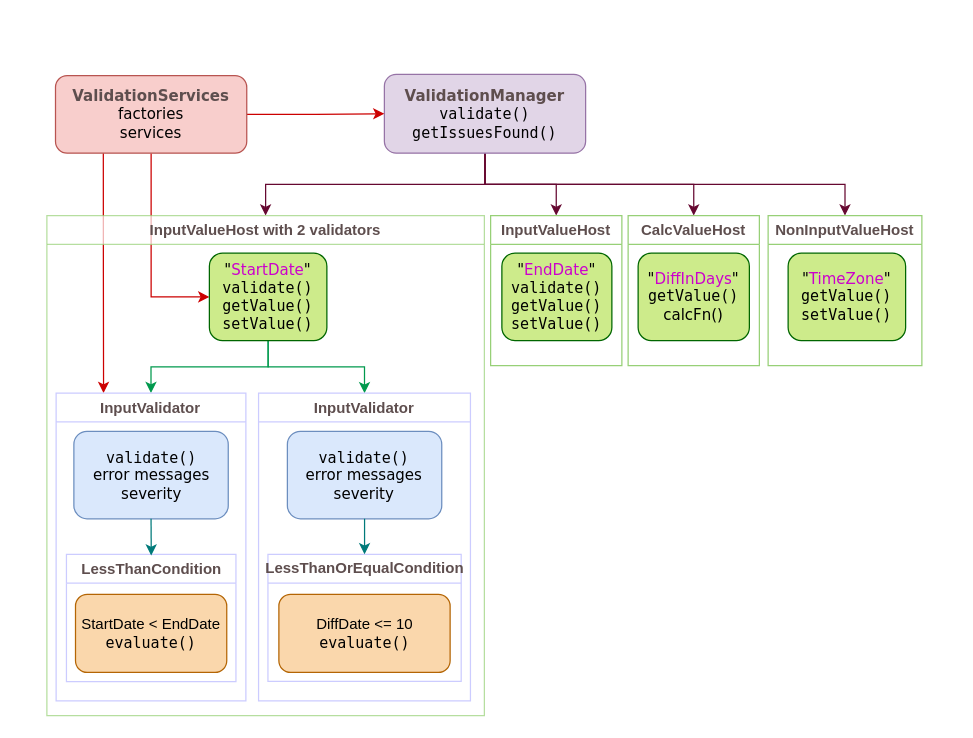
Above: docs/assets/Overview Jivsengine classes.drawio in plblum/jivs (draw.io), before the change. Source tidied: cells renumbered, new cells numbered last; positions are measured from the earlier drawing's top-left corner, leaving out a move shared by most shapes. Both pictures are drawn from the tidied source at 125%, with x=0, y=0 at pixel (-4, 74).
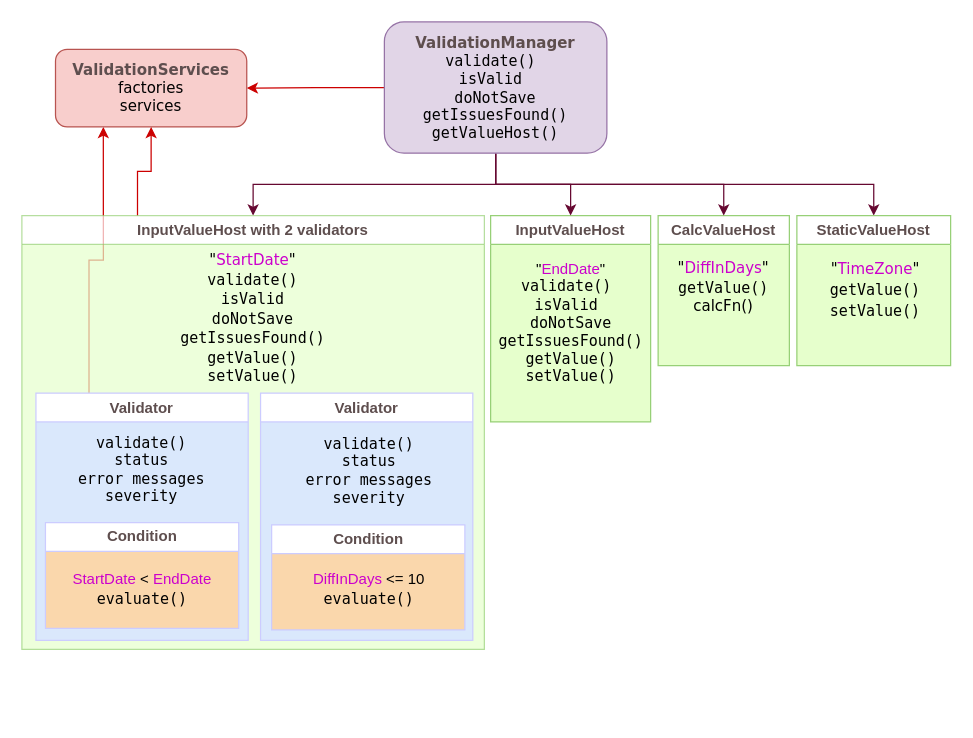
After the change.

Change to the diagram source:
```diff
@@
-    <mxCell id="2" style="edgeStyle=orthogonalEdgeStyle;rounded=0;jettySize=auto;html=1;exitX=0.25;exitY=1;exitDx=0;exitDy=0;entryX=0;entryY=0.75;entryDx=0;entryDy=0;strokeColor=#CC0000;" parent="1" edge="1" source="10" target="22">
-      <mxGeometry relative="1" as="geometry" />
-    </mxCell>
+    <mxCell id="31" style="edgeStyle=orthogonalEdgeStyle;rounded=0;jettySize=auto;html=1;exitX=0;exitY=0.75;exitDx=0;exitDy=0;entryX=0.25;entryY=1;entryDx=0;entryDy=0;strokeColor=#CC0000;" parent="1" edge="1" source="34" target="10">
+      <mxGeometry relative="1" as="geometry" />
+    </mxCell>
+    <mxCell id="19" value="CalcValueHost" style="swimlane;whiteSpace=wrap;html=1;startSize=23;strokeColor=#97D077;fontColor=#5E4E4E;swimlaneFillColor=#E6FFCC;" parent="1" vertex="1">
+      <mxGeometry x="529" y="113" width="105" height="120" as="geometry" />
+    </mxCell>
+    <mxCell id="11" value="&lt;p style=&quot;line-height: 130%;&quot;&gt;&quot;&lt;font color=&quot;#cc00cc&quot;&gt;DiffInDays&lt;/font&gt;&quot;&lt;br&gt;&lt;font face=&quot;Lucida Console&quot;&gt;getValue()&lt;br&gt;&lt;/font&gt;calcFn()&lt;font face=&quot;Lucida Console&quot;&gt;&lt;br&gt;&lt;/font&gt;&lt;/p&gt;" style="rounded=0;whiteSpace=wrap;html=1;shadow=0;comic=0;labelBackgroundColor=none;strokeWidth=1;fontFamily=Verdana;fontSize=12;align=center;fillColor=none;strokeColor=none;" parent="19" vertex="1">
+      <mxGeometry x="8" y="28" width="89" height="59" as="geometry" />
+    </mxCell>
+    <mxCell id="18" value="&lt;font&gt;InputValueHost&lt;/font&gt;" style="swimlane;whiteSpace=wrap;html=1;strokeColor=#97D077;fontColor=#5E4E4E;swimlaneFillColor=#E6FFCC;" parent="1" vertex="1">
+      <mxGeometry x="395" y="113" width="128" height="165" as="geometry" />
+    </mxCell>
+    <mxCell id="12" value="&quot;&lt;font color=&quot;#cc00cc&quot;&gt;EndDate&lt;/font&gt;&quot;&lt;br&gt;&lt;font face=&quot;Lucida Console&quot;&gt;validate()&amp;nbsp;&lt;/font&gt;&lt;div&gt;&lt;font face=&quot;Lucida Console&quot;&gt;isValid&amp;nbsp;&lt;/font&gt;&lt;/div&gt;&lt;div&gt;&lt;font face=&quot;Lucida Console&quot;&gt;doNotSave getIssuesFound()&lt;br&gt;getValue()&lt;br&gt;setValue()&lt;/font&gt;&lt;br&gt;&lt;/div&gt;" style="rounded=0;html=1;shadow=0;comic=0;strokeWidth=1;align=center;fillColor=none;strokeColor=none;whiteSpace=wrap;spacing=2;verticalAlign=top;" parent="18" vertex="1">
+      <mxGeometry x="3.5" y="29" width="121" height="113" as="geometry" />
+    </mxCell>
@@
+    <mxCell id="32" style="edgeStyle=orthogonalEdgeStyle;rounded=0;jettySize=auto;html=1;exitX=0;exitY=0.5;exitDx=0;exitDy=0;strokeColor=#CC0000;" parent="1" edge="1" source="7" target="10">
+      <mxGeometry relative="1" as="geometry" />
+    </mxCell>
-    <mxCell id="7" value="&lt;b&gt;&lt;font color=&quot;#5e4e4e&quot;&gt;ValidationManager&lt;/font&gt;&lt;/b&gt;&lt;br&gt;&lt;font face=&quot;Lucida Console&quot;&gt;validate()&lt;br&gt;getIssuesFound()&lt;br&gt;&lt;/font&gt;" style="whiteSpace=wrap;html=1;rounded=1;comic=0;labelBackgroundColor=none;strokeWidth=1;fontFamily=Verdana;fontSize=12;align=center;fillColor=#e1d5e7;strokeColor=#9673a6;" parent="1" vertex="1">
-      <mxGeometry x="310" width="161" height="63" as="geometry" />
+    <mxCell id="7" value="&lt;font color=&quot;#5e4e4e&quot; face=&quot;Verdana&quot;&gt;&lt;b&gt;ValidationManager&lt;/b&gt;&lt;/font&gt;&lt;br&gt;validate()&amp;nbsp;&lt;br&gt;isValid&amp;nbsp;&lt;br&gt;doNotSave&lt;br&gt;getIssuesFound() getValueHost()" style="whiteSpace=wrap;rounded=1;comic=0;labelBackgroundColor=none;strokeWidth=1;fontFamily=Lucida Console;fontSize=12;align=center;fillColor=#e1d5e7;strokeColor=#9673a6;html=1;" parent="1" vertex="1">
+      <mxGeometry x="310" y="-42" width="178" height="105" as="geometry" />
     </mxCell>
-    <mxCell id="8" style="edgeStyle=elbowEdgeStyle;rounded=0;jettySize=auto;html=1;exitX=1;exitY=0.5;exitDx=0;exitDy=0;strokeColor=#CC0000;" parent="1" edge="1" source="10" target="7">
-      <mxGeometry relative="1" as="geometry" />
-    </mxCell>
-    <mxCell id="9" style="edgeStyle=orthogonalEdgeStyle;rounded=0;jettySize=auto;html=1;exitX=0.5;exitY=1;exitDx=0;exitDy=0;entryX=0;entryY=0.5;entryDx=0;entryDy=0;strokeColor=#CC0000;" parent="1" edge="1" source="10" target="16">
-      <mxGeometry relative="1" as="geometry" />
-    </mxCell>
     <mxCell id="10" value="&lt;b style=&quot;color: rgb(94, 78, 78);&quot;&gt;ValidationServices&lt;/b&gt;&lt;br&gt;factories&lt;br&gt;services" style="whiteSpace=wrap;html=1;rounded=1;shadow=0;comic=0;labelBackgroundColor=none;strokeWidth=1;fontFamily=Verdana;fontSize=12;align=center;fillColor=#f8cecc;strokeColor=#b85450;" parent="1" vertex="1">
-      <mxGeometry x="46.9" y="1" width="153" height="62" as="geometry" />
+      <mxGeometry x="46.9" y="-20" width="153" height="62" as="geometry" />
     </mxCell>
-    <mxCell id="11" value="&quot;&lt;font color=&quot;#cc00cc&quot;&gt;DiffInDays&lt;/font&gt;&quot;&lt;br&gt;&lt;font face=&quot;Lucida Console&quot;&gt;getValue()&lt;br&gt;&lt;/font&gt;calcFn()&lt;font face=&quot;Lucida Console&quot;&gt;&lt;br&gt;&lt;/font&gt;" style="rounded=1;whiteSpace=wrap;html=1;shadow=0;comic=0;labelBackgroundColor=none;strokeWidth=1;fontFamily=Verdana;fontSize=12;align=center;fillColor=#cdeb8b;strokeColor=#006600;" parent="1" vertex="1">
-      <mxGeometry x="513" y="143" width="89" height="70" as="geometry" />
-    </mxCell>
-    <mxCell id="12" value="&quot;&lt;font color=&quot;#cc00cc&quot;&gt;EndDate&lt;/font&gt;&quot;&lt;br&gt;&lt;font face=&quot;Lucida Console&quot;&gt;validate()&lt;br&gt;getValue()&lt;br&gt;setValue()&lt;br&gt;&lt;/font&gt;" style="rounded=1;whiteSpace=wrap;html=1;shadow=0;comic=0;labelBackgroundColor=none;strokeWidth=1;fontFamily=Verdana;fontSize=12;align=center;fillColor=#cdeb8b;strokeColor=#006600;" parent="1" vertex="1">
-      <mxGeometry x="404" y="143" width="88" height="70" as="geometry" />
-    </mxCell>
+    <mxCell id="33" style="edgeStyle=orthogonalEdgeStyle;rounded=0;jettySize=auto;html=1;exitX=0.25;exitY=0;exitDx=0;exitDy=0;entryX=0.5;entryY=1;entryDx=0;entryDy=0;strokeColor=#CC0000;" parent="1" edge="1" source="13" target="10">
+      <mxGeometry relative="1" as="geometry" />
+    </mxCell>
-    <mxCell id="13" value="&lt;font color=&quot;#5e4e4e&quot;&gt;InputValueHost with 2 validators&lt;/font&gt;" style="swimlane;whiteSpace=wrap;html=1;strokeColor=#97D077;fontColor=#006600;opacity=70;" parent="1" vertex="1">
-      <mxGeometry x="40" y="113" width="350" height="400" as="geometry" />
+    <mxCell id="13" value="&lt;font color=&quot;#5e4e4e&quot;&gt;InputValueHost with 2 validators&lt;/font&gt;" style="swimlane;whiteSpace=wrap;html=1;strokeColor=#97D077;fontColor=#006600;opacity=70;swimlaneFillColor=#E6FFCC;" parent="1" vertex="1">
+      <mxGeometry x="20" y="113" width="370" height="347" as="geometry" />
     </mxCell>
-    <mxCell id="14" style="edgeStyle=orthogonalEdgeStyle;rounded=0;jettySize=auto;html=1;exitX=0.5;exitY=1;exitDx=0;exitDy=0;entryX=0;entryY=0.5;entryDx=0;entryDy=0;strokeColor=#00994D;" parent="1" edge="1" source="16" target="22">
-      <mxGeometry relative="1" as="geometry" />
-    </mxCell>
-    <mxCell id="15" style="edgeStyle=orthogonalEdgeStyle;rounded=0;jettySize=auto;html=1;exitX=0.5;exitY=1;exitDx=0;exitDy=0;entryX=0;entryY=0.5;entryDx=0;entryDy=0;strokeColor=#00994D;" parent="1" edge="1" source="16" target="17">
-      <mxGeometry relative="1" as="geometry" />
-    </mxCell>
+    <mxCell id="34" value="Validator" style="swimlane;horizontal=0;whiteSpace=wrap;html=1;rotation=90;strokeColor=#CCCCFF;fontColor=#5E4E4E;swimlaneFillColor=#DAE8FC;" parent="13" vertex="1">
+      <mxGeometry x="-2.7" y="156" width="197.7" height="169.8" as="geometry" />
+    </mxCell>
+    <mxCell id="35" value="&lt;div&gt;Condition&lt;/div&gt;" style="swimlane;horizontal=0;whiteSpace=wrap;html=1;rotation=90;strokeColor=#CCCCFF;fontColor=#5E4E4E;startSize=23;swimlaneFillColor=#FAD7AC;" parent="13" vertex="1">
+      <mxGeometry x="53.8" y="210.6" width="84.7" height="154.6" as="geometry" />
+    </mxCell>
+    <mxCell id="30" value="&lt;p style=&quot;line-height: 130%;&quot;&gt;&lt;font color=&quot;#cc00cc&quot;&gt;StartDate &lt;/font&gt;&amp;lt; &lt;font color=&quot;#cc00cc&quot;&gt;EndDate&lt;/font&gt;&lt;br&gt;&lt;font face=&quot;Lucida Console&quot;&gt;evaluate()&lt;/font&gt;&lt;/p&gt;" style="whiteSpace=wrap;html=1;rotation=0;fillColor=none;strokeColor=none;rounded=0;" parent="35" vertex="1">
+      <mxGeometry x="-25.5" y="69.9" width="137" height="37" as="geometry" />
+    </mxCell>
+    <mxCell id="36" value="validate()&#10;status&#10;error messages&#10;severity" style="whiteSpace=wrap;rounded=0;shadow=0;comic=0;labelBackgroundColor=none;strokeWidth=1;fontFamily=Lucida Console;fontSize=12;align=center;rotation=0;fillColor=none;strokeColor=none;" parent="13" vertex="1">
+      <mxGeometry x="34.3" y="166.4" width="123.5" height="72.6" as="geometry" />
+    </mxCell>
-    <mxCell id="16" value="&quot;&lt;font color=&quot;#cc00cc&quot;&gt;StartDate&lt;/font&gt;&quot;&lt;br&gt;&lt;font face=&quot;Lucida Console&quot;&gt;validate()&lt;br&gt;getValue()&lt;br&gt;setValue()&lt;br&gt;&lt;/font&gt;" style="rounded=1;whiteSpace=wrap;html=1;shadow=0;comic=0;labelBackgroundColor=none;strokeWidth=1;fontFamily=Verdana;fontSize=12;align=center;fillColor=#cdeb8b;strokeColor=#006600;" parent="1" vertex="1">
-      <mxGeometry x="170" y="143" width="94" height="70" as="geometry" />
+    <mxCell id="16" value="&lt;p style=&quot;line-height: 130%;&quot;&gt;&quot;&lt;font color=&quot;#cc00cc&quot;&gt;StartDate&lt;/font&gt;&quot;&lt;br&gt;&lt;font face=&quot;Lucida Console&quot;&gt;validate() isValid doNotSave getIssuesFound()&lt;br&gt;getValue()&lt;br&gt;setValue()&lt;br&gt;&lt;/font&gt;&lt;/p&gt;" style="rounded=0;whiteSpace=wrap;html=1;shadow=0;comic=0;labelBackgroundColor=none;strokeWidth=1;fontFamily=Verdana;fontSize=12;align=center;fillColor=none;strokeColor=none;" parent="13" vertex="1">
+      <mxGeometry x="125" y="23" width="120" height="120" as="geometry" />
     </mxCell>
-    <mxCell id="17" value="InputValidator" style="swimlane;horizontal=0;whiteSpace=wrap;html=1;rotation=90;strokeColor=#CCCCFF;fontColor=#5E4E4E;" parent="1" vertex="1">
-      <mxGeometry x="171" y="293.4" width="246.2" height="169.5" as="geometry" />
+    <mxCell id="17" value="Validator" style="swimlane;horizontal=0;whiteSpace=wrap;html=1;rotation=90;strokeColor=#CCCCFF;fontColor=#5E4E4E;swimlaneFillColor=#DAE8FC;" parent="1" vertex="1">
+      <mxGeometry x="197" y="269" width="197.7" height="169.8" as="geometry" />
     </mxCell>
-    <mxCell id="18" value="&lt;font&gt;InputValueHost&lt;/font&gt;" style="swimlane;whiteSpace=wrap;html=1;strokeColor=#97D077;fontColor=#5E4E4E;" parent="1" vertex="1">
-      <mxGeometry x="395" y="113" width="105" height="120" as="geometry" />
-    </mxCell>
-    <mxCell id="19" value="CalcValueHost" style="swimlane;whiteSpace=wrap;html=1;startSize=23;strokeColor=#97D077;fontColor=#5E4E4E;" parent="1" vertex="1">
-      <mxGeometry x="505" y="113" width="105" height="120" as="geometry" />
-    </mxCell>
+    <mxCell id="24" value="&lt;div&gt;Condition&lt;/div&gt;" style="swimlane;horizontal=0;whiteSpace=wrap;html=1;rotation=90;strokeColor=#CCCCFF;fontColor=#5E4E4E;startSize=23;swimlaneFillColor=#FAD7AC;" parent="17" vertex="1">
+      <mxGeometry x="58.1" y="56.1" width="84" height="154.6" as="geometry" />
+    </mxCell>
+    <mxCell id="26" value="&lt;p style=&quot;line-height: 130%;&quot;&gt;&lt;font color=&quot;#cc00cc&quot;&gt;DiffInDays &lt;/font&gt;&amp;lt;= 10&lt;br&gt;&lt;font face=&quot;Lucida Console&quot;&gt;evaluate()&lt;/font&gt;&lt;/p&gt;" style="whiteSpace=wrap;html=1;rotation=0;fillColor=none;strokeColor=none;rounded=0;" parent="24" vertex="1">
+      <mxGeometry x="-13.1" y="68.4" width="112.2" height="37" as="geometry" />
+    </mxCell>
+    <mxCell id="23" value="validate()&#10;status&#10;error messages&#10;severity" style="whiteSpace=wrap;rounded=0;shadow=0;comic=0;labelBackgroundColor=none;strokeWidth=1;fontFamily=Lucida Console;fontSize=12;align=center;rotation=0;fillColor=none;strokeColor=none;" parent="17" vertex="1">
+      <mxGeometry x="39" y="10.4" width="123.5" height="75.6" as="geometry" />
+    </mxCell>
-    <mxCell id="20" value="NonInputValueHost" style="swimlane;whiteSpace=wrap;html=1;strokeColor=#97D077;swimlaneLine=1;fontColor=#5E4E4E;" parent="1" vertex="1">
-      <mxGeometry x="617" y="113" width="123" height="120" as="geometry" />
+    <mxCell id="20" value="StaticValueHost" style="swimlane;whiteSpace=wrap;html=1;strokeColor=#97D077;swimlaneLine=1;fontColor=#5E4E4E;swimlaneFillColor=#E6FFCC;" parent="1" vertex="1">
+      <mxGeometry x="640" y="113" width="123" height="120" as="geometry" />
     </mxCell>
-    <mxCell id="21" value="&quot;&lt;font color=&quot;#cc00cc&quot;&gt;TimeZone&lt;/font&gt;&quot;&lt;br&gt;&lt;font face=&quot;Lucida Console&quot;&gt;getValue()&lt;br style=&quot;border-color: var(--border-color);&quot;&gt;&lt;/font&gt;&lt;span style=&quot;font-family: &amp;quot;Lucida Console&amp;quot;;&quot;&gt;setValue()&lt;/span&gt;" style="rounded=1;whiteSpace=wrap;html=1;shadow=0;comic=0;labelBackgroundColor=none;strokeWidth=1;fontFamily=Verdana;fontSize=12;align=center;fillColor=#cdeb8b;strokeColor=#006600;" parent="20" vertex="1">
-      <mxGeometry x="16" y="30" width="94" height="70" as="geometry" />
+    <mxCell id="21" value="&lt;p style=&quot;line-height: 140%;&quot;&gt;&quot;&lt;font color=&quot;#cc00cc&quot;&gt;TimeZone&lt;/font&gt;&quot;&lt;br&gt;&lt;font face=&quot;Lucida Console&quot;&gt;getValue()&lt;br style=&quot;border-color: var(--border-color);&quot;&gt;&lt;/font&gt;&lt;span style=&quot;font-family: &amp;quot;Lucida Console&amp;quot;;&quot;&gt;setValue()&lt;/span&gt;&lt;/p&gt;" style="rounded=0;whiteSpace=wrap;html=1;shadow=0;comic=0;labelBackgroundColor=none;strokeWidth=1;fontFamily=Verdana;fontSize=12;align=center;fillColor=none;strokeColor=none;" parent="20" vertex="1">
+      <mxGeometry x="16" y="30" width="94" height="59" as="geometry" />
     </mxCell>
-    <mxCell id="22" value="InputValidator" style="swimlane;horizontal=0;whiteSpace=wrap;html=1;rotation=90;strokeColor=#CCCCFF;fontColor=#5E4E4E;" parent="1" vertex="1">
-      <mxGeometry x="0.2" y="302.2" width="246.2" height="151.8" as="geometry" />
-    </mxCell>
-    <mxCell id="23" value="&lt;font face=&quot;Lucida Console&quot;&gt;validate()&lt;/font&gt;&lt;br&gt;error messages&lt;br&gt;severity" style="whiteSpace=wrap;html=1;rounded=1;shadow=0;comic=0;labelBackgroundColor=none;strokeWidth=1;fontFamily=Verdana;fontSize=12;align=center;rotation=0;fillColor=#dae8fc;strokeColor=#6c8ebf;" parent="1" vertex="1">
-      <mxGeometry x="232.4" y="285.5" width="123.5" height="70" as="geometry" />
-    </mxCell>
-    <mxCell id="24" value="LessThanOrEqualCondition" style="swimlane;horizontal=0;whiteSpace=wrap;html=1;rotation=90;strokeColor=#CCCCFF;fontColor=#5E4E4E;startSize=23;" parent="1" vertex="1">
-      <mxGeometry x="243.3" y="357.5" width="101.7" height="154.6" as="geometry" />
-    </mxCell>
-    <mxCell id="25" style="rounded=0;jettySize=auto;html=1;exitX=0.5;exitY=1;exitDx=0;exitDy=0;strokeColor=#007A7A;entryX=0;entryY=0.5;entryDx=0;entryDy=0;" parent="1" edge="1" source="23" target="24">
-      <mxGeometry relative="1" as="geometry" />
-    </mxCell>
-    <mxCell id="26" value="DiffDate &amp;lt;= 10&lt;br&gt;&lt;font face=&quot;Lucida Console&quot;&gt;evaluate()&lt;/font&gt;" style="whiteSpace=wrap;html=1;rotation=0;fillColor=#fad7ac;strokeColor=#b46504;rounded=1;" parent="1" vertex="1">
-      <mxGeometry x="225.6" y="415.9" width="137" height="62.5" as="geometry" />
-    </mxCell>
-    <mxCell id="27" value="&lt;font face=&quot;Lucida Console&quot;&gt;validate()&lt;/font&gt;&lt;br&gt;error messages&lt;br&gt;severity" style="whiteSpace=wrap;html=1;rounded=1;shadow=0;comic=0;labelBackgroundColor=none;strokeWidth=1;fontFamily=Verdana;fontSize=12;align=center;rotation=0;fillColor=#dae8fc;strokeColor=#6c8ebf;" parent="1" vertex="1">
-      <mxGeometry x="61.6" y="285.5" width="123.5" height="70" as="geometry" />
-    </mxCell>
-    <mxCell id="28" value="LessThanCondition" style="swimlane;horizontal=0;whiteSpace=wrap;html=1;rotation=90;strokeColor=#CCCCFF;fontColor=#5E4E4E;" parent="1" vertex="1">
-      <mxGeometry x="72.6" y="367.1" width="101.7" height="135.6" as="geometry" />
-    </mxCell>
-    <mxCell id="29" style="rounded=0;jettySize=auto;html=1;exitX=0.5;exitY=1;exitDx=0;exitDy=0;strokeColor=#007A7A;" parent="1" edge="1" source="27">
-      <mxGeometry relative="1" as="geometry">
-        <mxPoint x="123.5" y="385" as="targetPoint" />
-      </mxGeometry>
-    </mxCell>
-    <mxCell id="30" value="StartDate &amp;lt; EndDate&lt;br&gt;&lt;font face=&quot;Lucida Console&quot;&gt;evaluate()&lt;/font&gt;" style="whiteSpace=wrap;html=1;rotation=0;fillColor=#fad7ac;strokeColor=#b46504;rounded=1;" parent="1" vertex="1">
-      <mxGeometry x="62.9" y="415.9" width="121" height="62.5" as="geometry" />
-    </mxCell>
```
